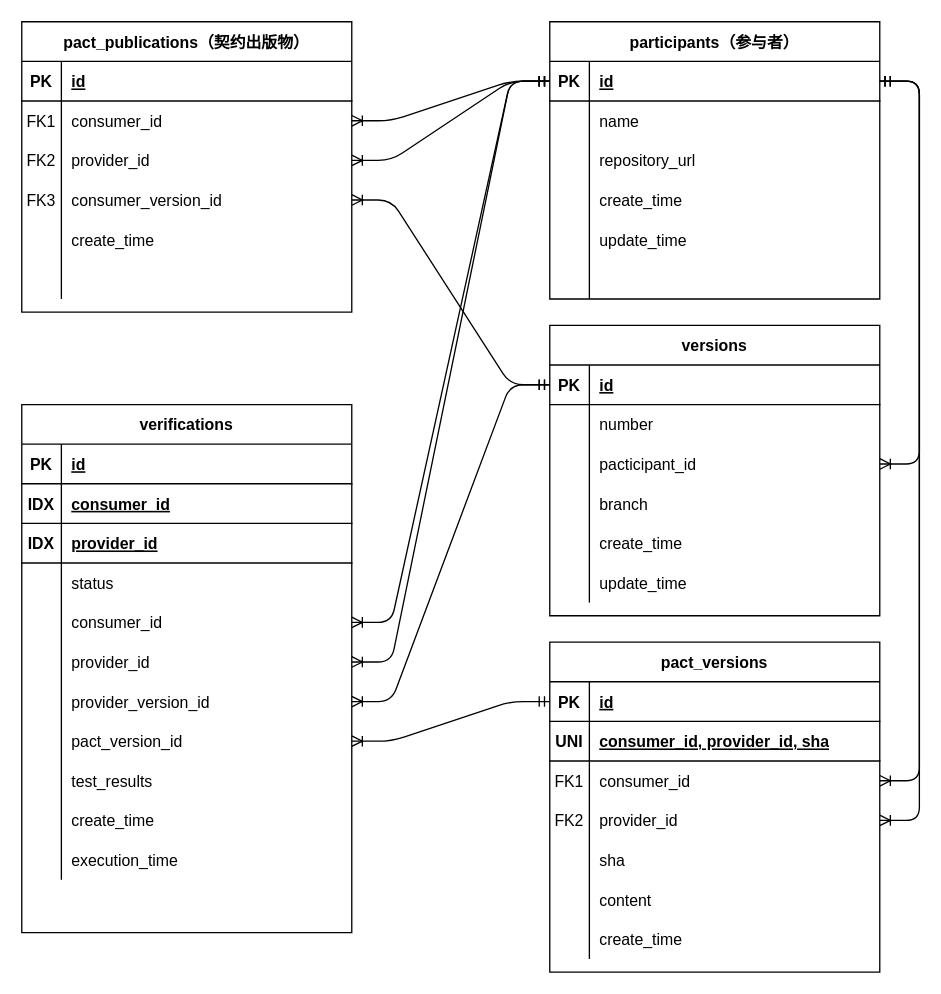
The draw.io diagram pact.drawio in panda-win/pact, before the edit. Source tidied: cells renumbered, new cells numbered last; positions are measured from the earlier drawing's top-left corner, leaving out a move shared by most shapes. Both pictures are drawn from the tidied source at 132%, with x=0, y=0 at pixel (21, 21).
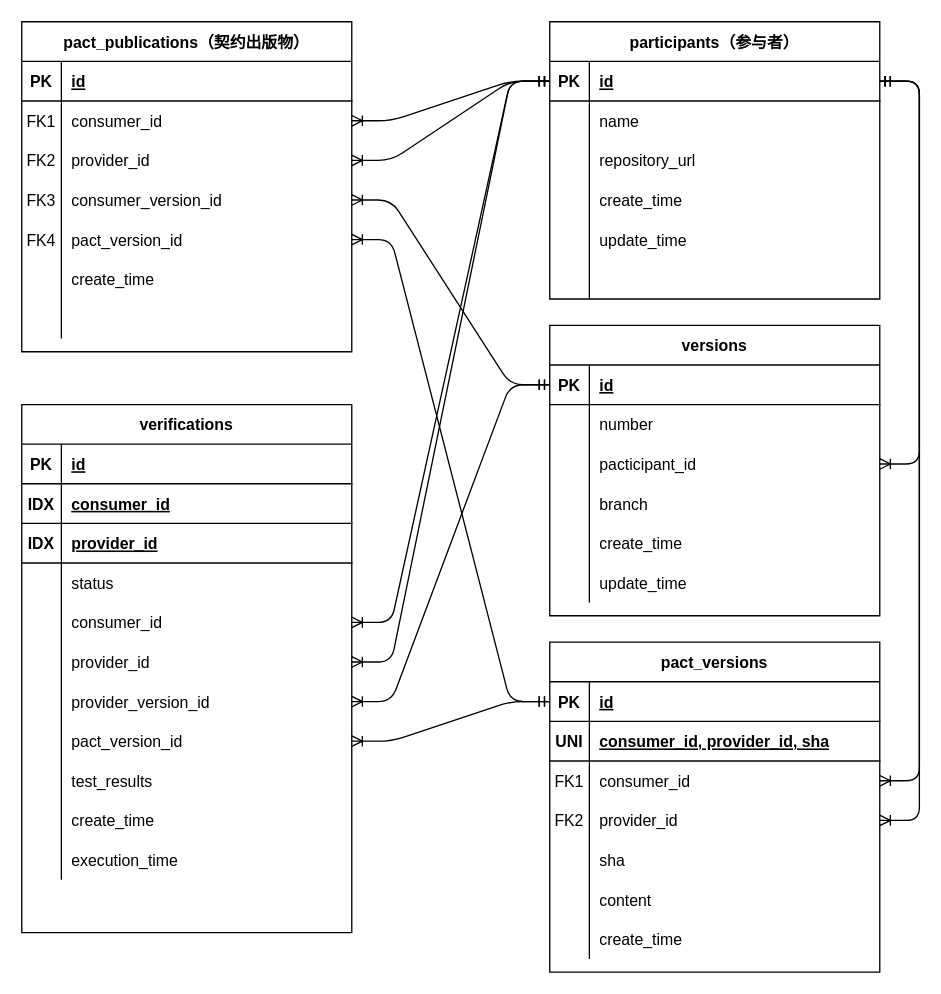
The same page after the edit.

Unchanged cells that the change refers to:
```xml
<mxCell id="60" style="shape=partialRectangle;fillColor=none;top=0;left=0;bottom=1;right=0;points=[[0,0.5],[1,0.5]];portConstraint=eastwest;" parent="59" vertex="1">
  <mxGeometry y="30" width="250" height="30" as="geometry" />
</mxCell>
```

What changed in the source:
```diff
@@
     <mxCell id="2" value="pact_publications（契约出版物）" style="shape=table;startSize=30;childLayout=tableLayout;rowLines=0;fontStyle=1;align=center;" parent="1" vertex="1">
-      <mxGeometry width="250" height="220" as="geometry" />
+      <mxGeometry width="250" height="250" as="geometry" />
     </mxCell>
@@
+    <mxCell id="125" style="shape=partialRectangle;fillColor=none;points=[[0,0.5],[1,0.5]];portConstraint=eastwest;top=0;left=0;right=0;bottom=0;" parent="2" vertex="1">
+      <mxGeometry y="150" width="250" height="30" as="geometry" />
+    </mxCell>
+    <mxCell id="126" value="FK4" style="shape=partialRectangle;overflow=hidden;fillColor=none;top=0;left=0;bottom=0;right=0;" parent="125" vertex="1">
+      <mxGeometry width="30" height="30" as="geometry" />
+    </mxCell>
+    <mxCell id="127" value="pact_version_id" style="shape=partialRectangle;overflow=hidden;fillColor=none;top=0;left=0;bottom=0;right=0;align=left;spacingLeft=6;" parent="125" vertex="1">
+      <mxGeometry x="30" width="220" height="30" as="geometry" />
+    </mxCell>
     <mxCell id="15" style="shape=partialRectangle;fillColor=none;top=0;left=0;right=0;bottom=0;" parent="2" vertex="1">
-      <mxGeometry y="150" width="250" height="30" as="geometry" />
+      <mxGeometry y="180" width="250" height="30" as="geometry" />
     </mxCell>
@@
     <mxCell id="18" style="shape=partialRectangle;fillColor=none;top=0;left=0;right=0;bottom=0;" parent="2" vertex="1">
-      <mxGeometry y="180" width="250" height="30" as="geometry" />
+      <mxGeometry y="210" width="250" height="30" as="geometry" />
     </mxCell>
@@
+    <mxCell id="128" style="edgeStyle=entityRelationEdgeStyle;fontSize=12;html=1;endArrow=ERoneToMany;startArrow=ERmandOne;exitX=0;exitY=0.5;exitDx=0;exitDy=0;entryX=1;entryY=0.5;entryDx=0;entryDy=0;" parent="1" edge="1" source="60" target="125">
+      <mxGeometry relative="1" as="geometry" />
+    </mxCell>
```
